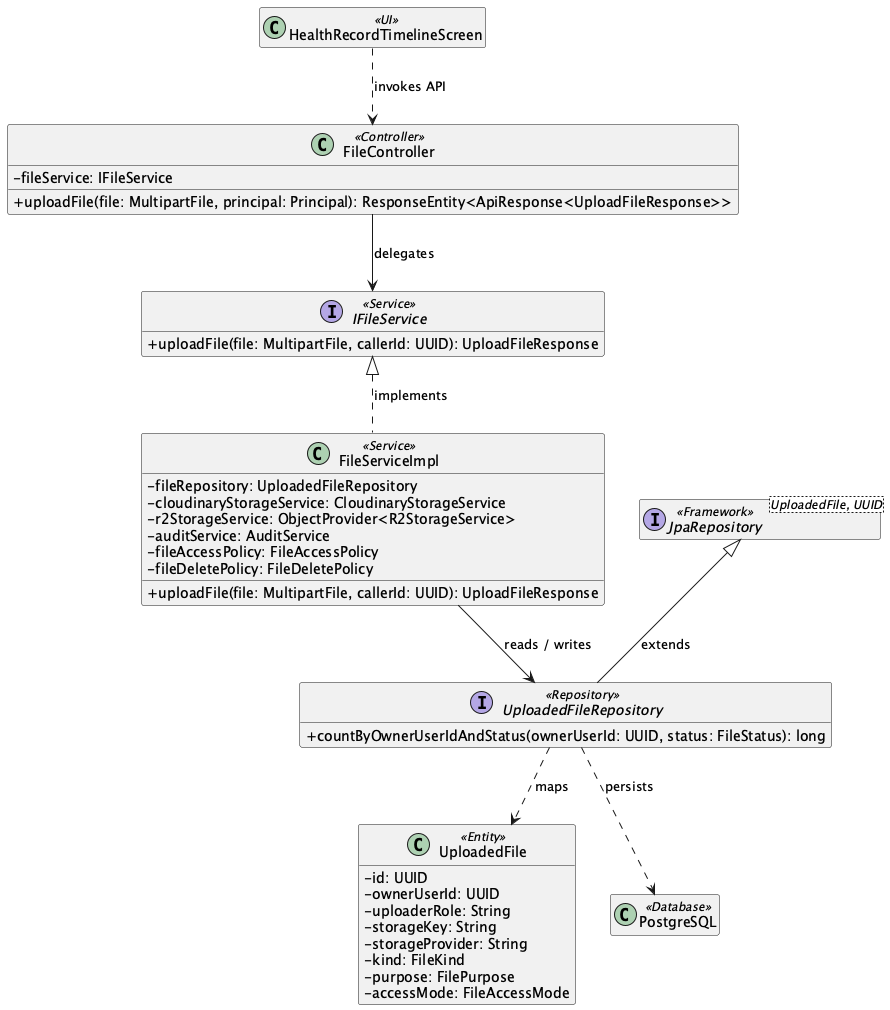
Before: 03_Design/Detailed_Design/MF02_Mother_Care_Journey/images/04_Personal_Health_Record_and_Attachment_Lifecycle_ClassDiagram.png, a diagram exported from PlantUML (ChuongBDHE172784/CareBridge_SEP490_G79). The source it was exported from:
```plantuml
@startuml
skinparam classAttributeIconSize 0
hide empty members

class "HealthRecordTimelineScreen" as UIHealthRecordTimelineScreen <<UI>>
class "FileController" as ControllerFileController <<Controller>> {
  - fileService: IFileService
  + uploadFile(file: MultipartFile, principal: Principal): ResponseEntity<ApiResponse<UploadFileResponse>>
}
interface "IFileService" as ServiceContractIFileService <<Service>> {
  + uploadFile(file: MultipartFile, callerId: UUID): UploadFileResponse
}
class "FileServiceImpl" as ServiceFileServiceImpl <<Service>> {
  - fileRepository: UploadedFileRepository
  - cloudinaryStorageService: CloudinaryStorageService
  - r2StorageService: ObjectProvider<R2StorageService>
  - auditService: AuditService
  - fileAccessPolicy: FileAccessPolicy
  - fileDeletePolicy: FileDeletePolicy
  + uploadFile(file: MultipartFile, callerId: UUID): UploadFileResponse
}
ServiceContractIFileService <|.. ServiceFileServiceImpl : implements
interface "UploadedFileRepository" as RepositoryUploadedFileRepository <<Repository>> {
  + countByOwnerUserIdAndStatus(ownerUserId: UUID, status: FileStatus): long
}
class "UploadedFile" as EntityUploadedFile <<Entity>> {
  - id: UUID
  - ownerUserId: UUID
  - uploaderRole: String
  - storageKey: String
  - storageProvider: String
  - kind: FileKind
  - purpose: FilePurpose
  - accessMode: FileAccessMode
}
interface "JpaRepository<UploadedFile, UUID>" as RepositoryBaseUploadedFileRepository <<Framework>>
RepositoryBaseUploadedFileRepository <|-- RepositoryUploadedFileRepository : extends
class "PostgreSQL" as DB <<Database>>
UIHealthRecordTimelineScreen ..> ControllerFileController : invokes API
ControllerFileController --> ServiceContractIFileService : delegates
ServiceFileServiceImpl --> RepositoryUploadedFileRepository : reads / writes
RepositoryUploadedFileRepository ..> EntityUploadedFile : maps
RepositoryUploadedFileRepository ..> DB : persists
@enduml
```
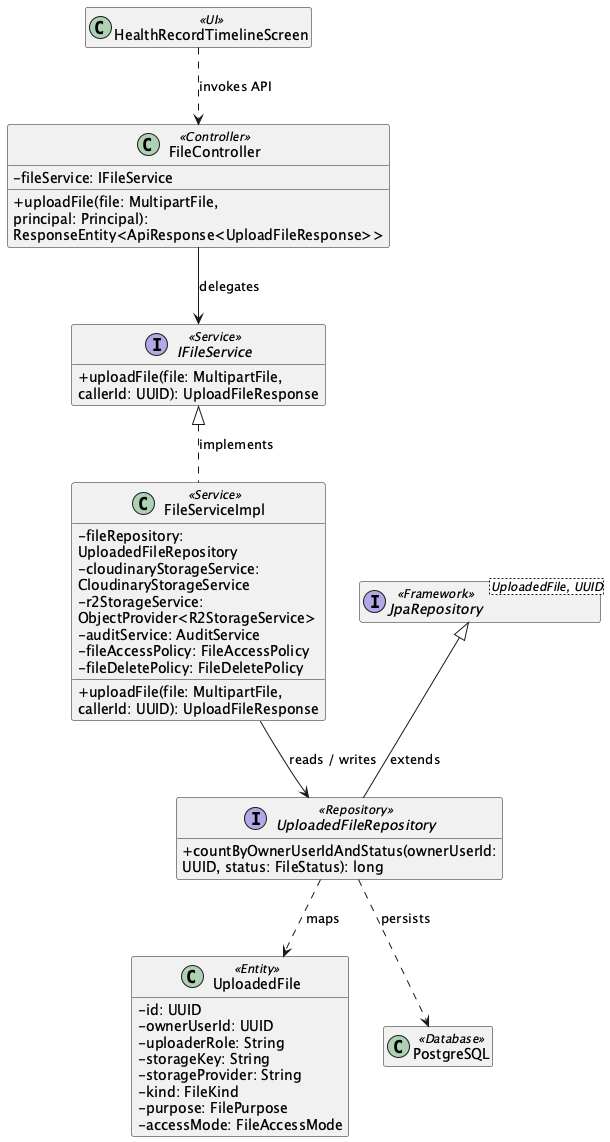
After the change.

What changed in the source:
```diff
@@ -1,5 +1,6 @@
-@startuml
+@startuml ClassDiagram_04PersonalHealthRecordandAttachmentLifecycle
 skinparam classAttributeIconSize 0
+skinparam wrapWidth 250
 hide empty members
 
 class "HealthRecordTimelineScreen" as UIHealthRecordTimelineScreen <<UI>>
```
